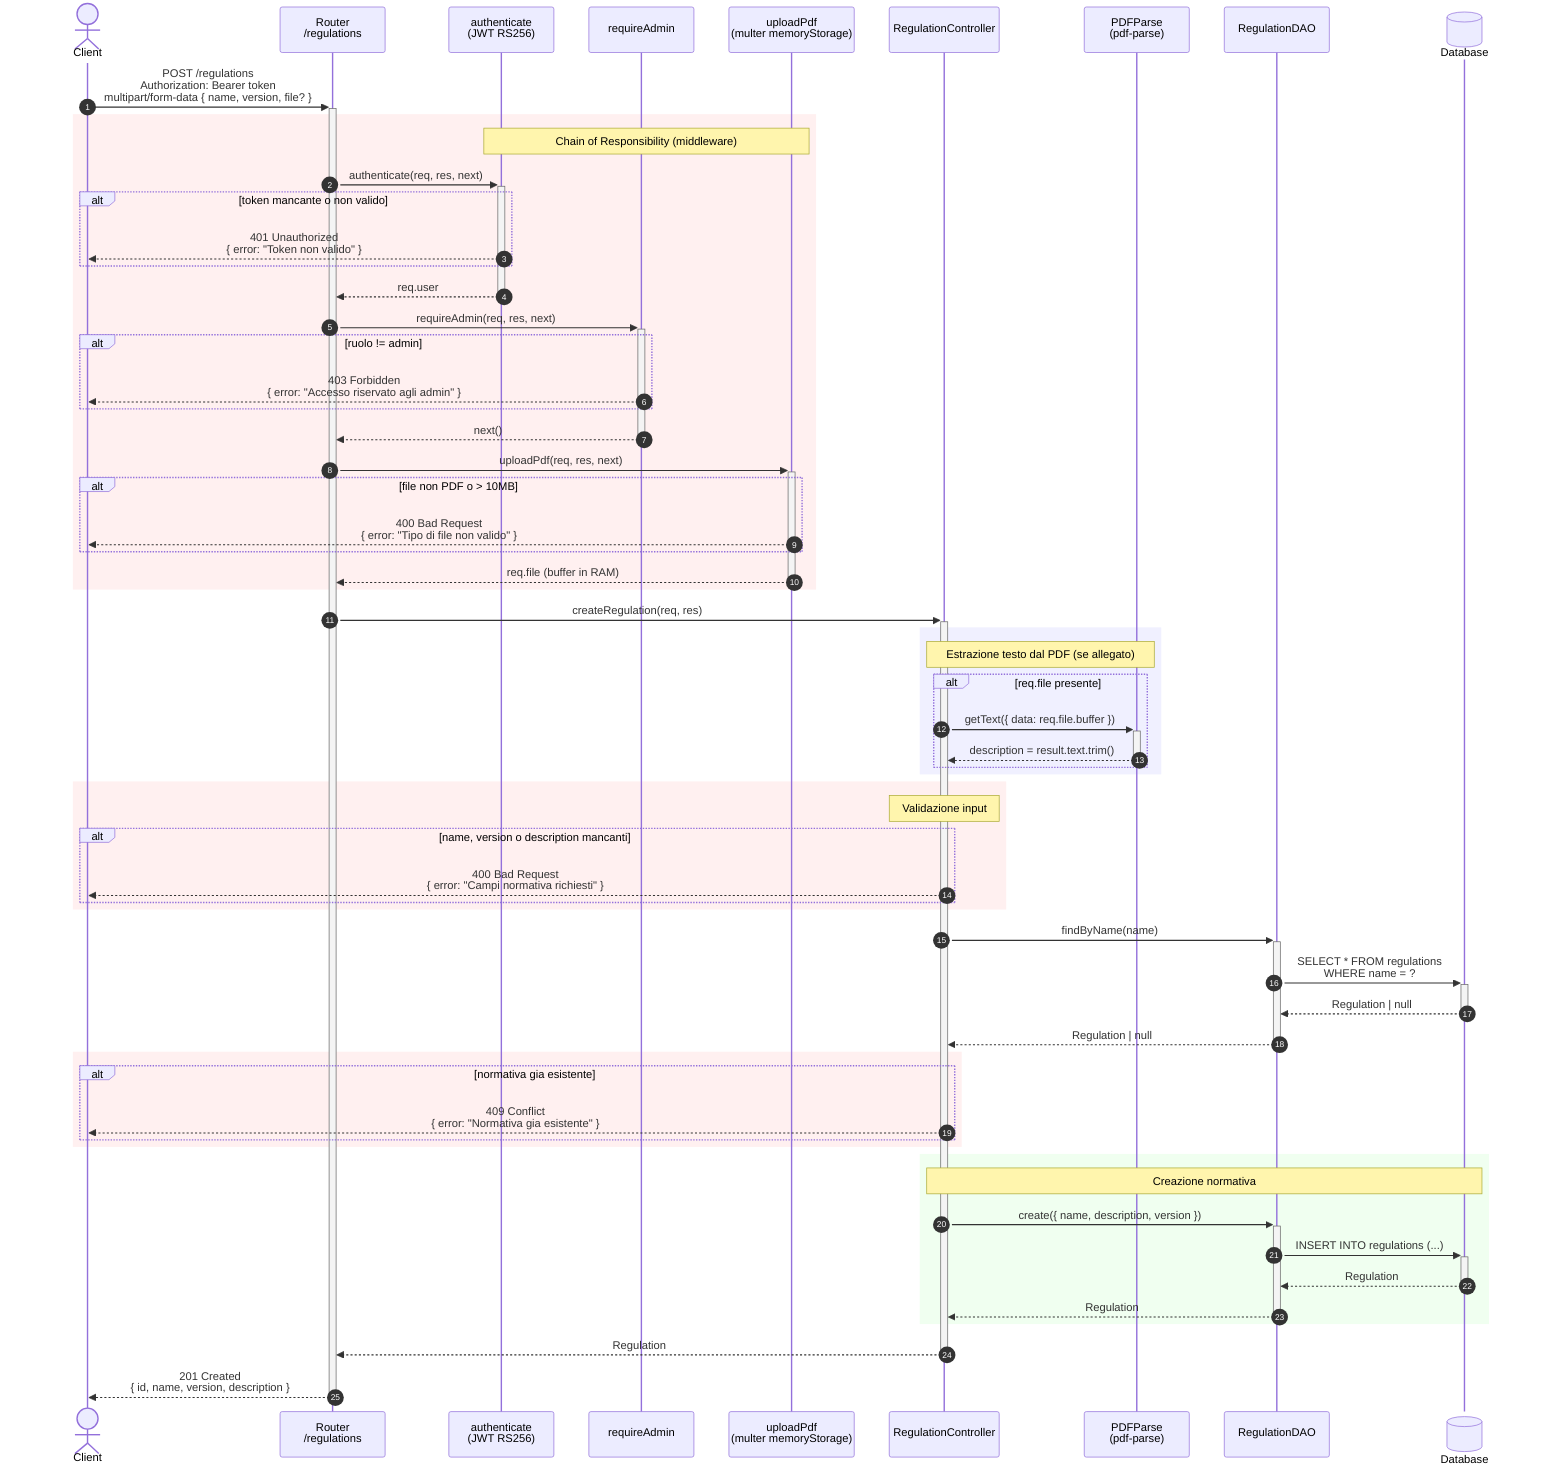
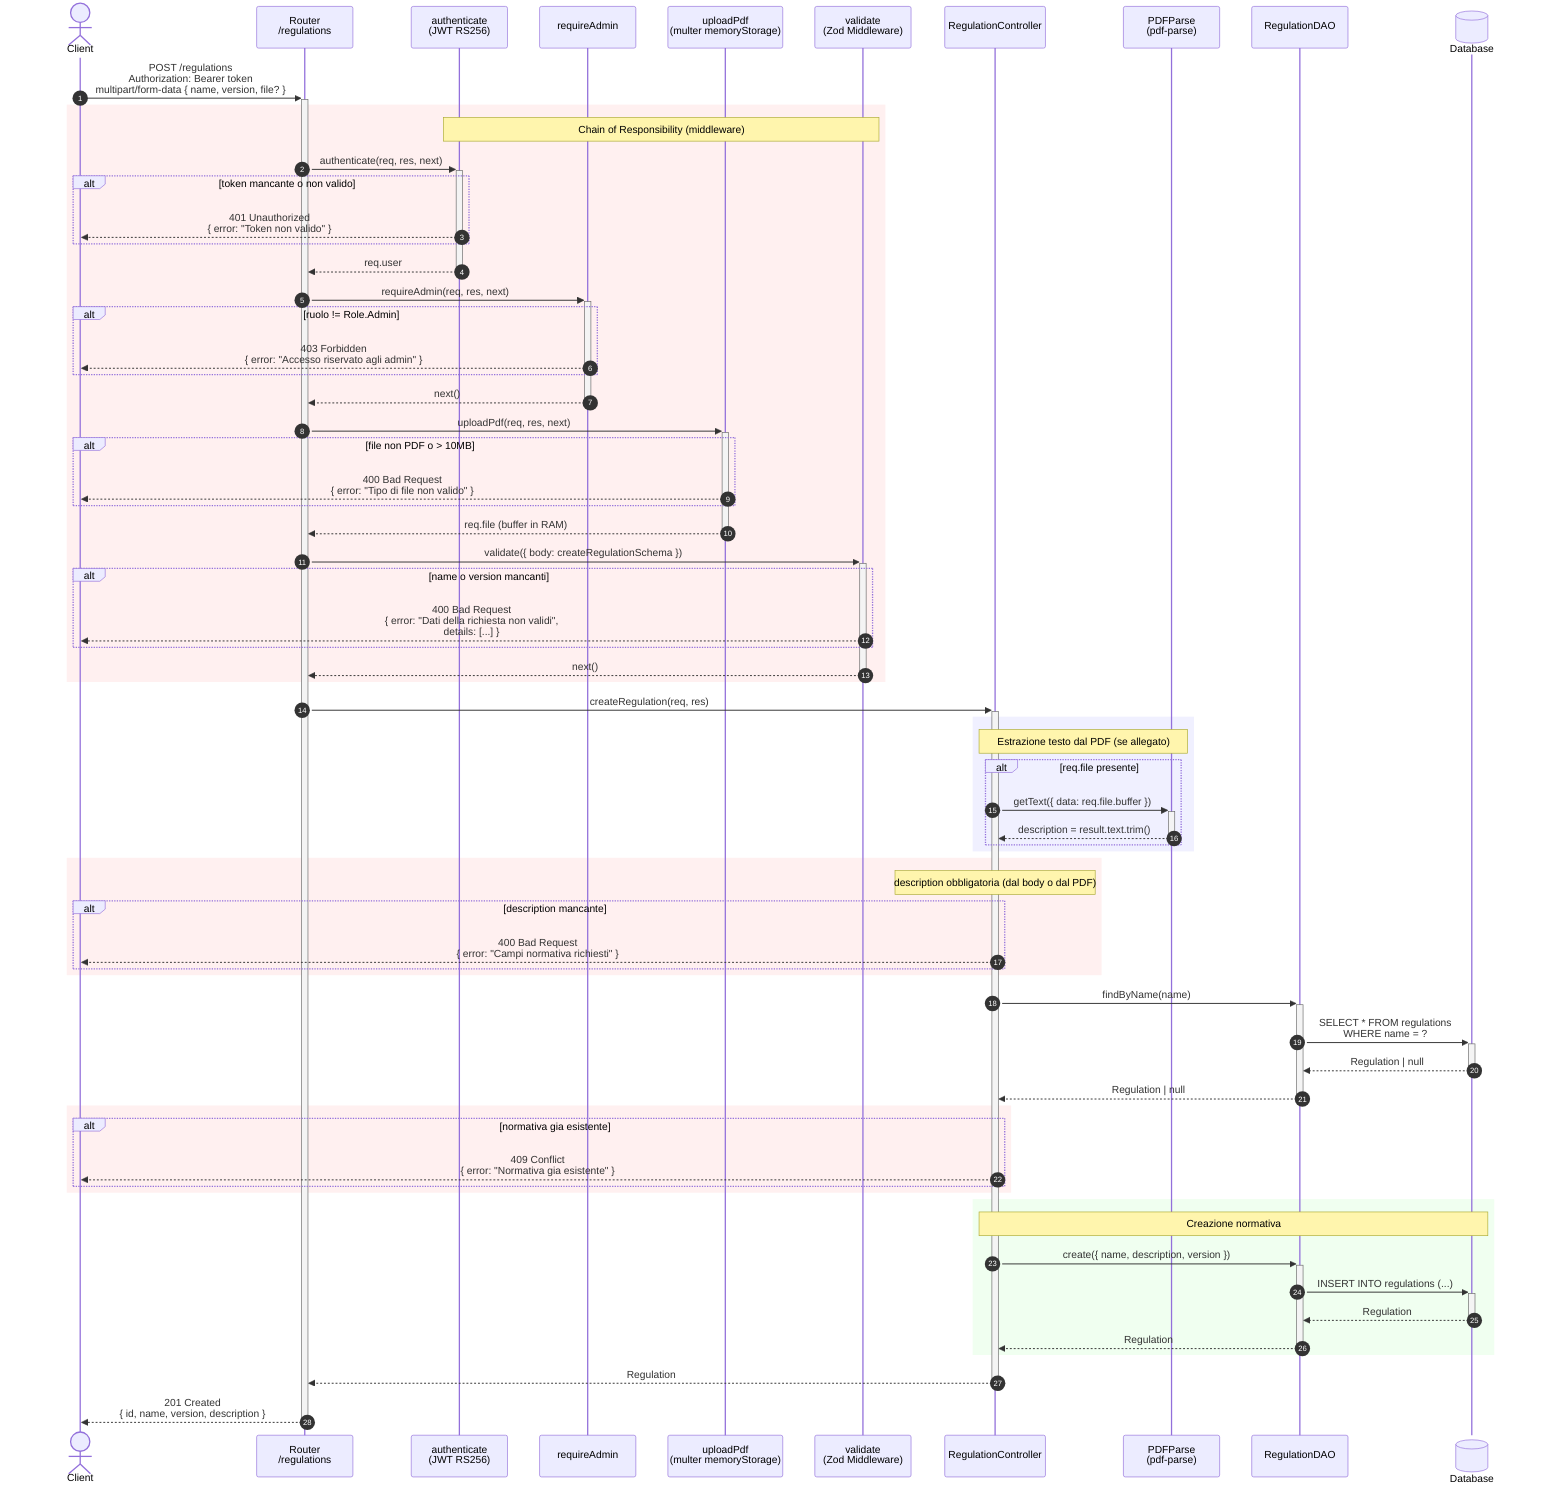
sequenceDiagram
    autonumber
    actor Client
    participant Router as Router<br/>/regulations
    participant Auth as authenticate<br/>(JWT RS256)
    participant Role as requireAdmin
    participant Upload as uploadPdf<br/>(multer memoryStorage)
+     participant Validate as validate<br/>(Zod Middleware)
    participant Controller as RegulationController
    participant PDF as PDFParse<br/>(pdf-parse)
    participant DAO as RegulationDAO
    participant DB@{ "type": "database" } as Database

    Client->>+Router: POST /regulations<br/>Authorization: Bearer token<br/>multipart/form-data { name, version, file? }

    rect rgb(255, 240, 240)
-         note over Auth,Upload: Chain of Responsibility (middleware)
+         note over Auth,Validate: Chain of Responsibility (middleware)
        Router->>+Auth: authenticate(req, res, next)
        alt token mancante o non valido
            Auth-->>Client: 401 Unauthorized<br/>{ error: "Token non valido" }
        end
        Auth-->>-Router: req.user

        Router->>+Role: requireAdmin(req, res, next)
-         alt ruolo != admin
+         alt ruolo != Role.Admin
            Role-->>Client: 403 Forbidden<br/>{ error: "Accesso riservato agli admin" }
        end
        Role-->>-Router: next()

        Router->>+Upload: uploadPdf(req, res, next)
        alt file non PDF o > 10MB
            Upload-->>Client: 400 Bad Request<br/>{ error: "Tipo di file non valido" }
        end
        Upload-->>-Router: req.file (buffer in RAM)
+ 
+         Router->>+Validate: validate({ body: createRegulationSchema })
+         alt name o version mancanti
+             Validate-->>Client: 400 Bad Request<br/>{ error: "Dati della richiesta non validi",<br/>details: [...] }
+         end
+         Validate-->>-Router: next()
    end

    Router->>+Controller: createRegulation(req, res)

    rect rgb(240, 240, 255)
        note over Controller,PDF: Estrazione testo dal PDF (se allegato)
        alt req.file presente
            Controller->>+PDF: getText({ data: req.file.buffer })
            PDF-->>-Controller: description = result.text.trim()
        end
    end

    rect rgb(255, 240, 240)
-         note over Controller: Validazione input
-         alt name, version o description mancanti
+         note over Controller: description obbligatoria (dal body o dal PDF)
+         alt description mancante
            Controller-->>Client: 400 Bad Request<br/>{ error: "Campi normativa richiesti" }
        end
    end

    Controller->>+DAO: findByName(name)
    DAO->>+DB: SELECT * FROM regulations<br/>WHERE name = ?
    DB-->>-DAO: Regulation | null
    DAO-->>-Controller: Regulation | null

    rect rgb(255, 240, 240)
        alt normativa gia esistente
            Controller-->>Client: 409 Conflict<br/>{ error: "Normativa gia esistente" }
        end
    end

    rect rgb(240, 255, 240)
        note over Controller,DB: Creazione normativa
        Controller->>+DAO: create({ name, description, version })
        DAO->>+DB: INSERT INTO regulations (...)
        DB-->>-DAO: Regulation
        DAO-->>-Controller: Regulation
    end

    Controller-->>-Router: Regulation
    Router-->>-Client: 201 Created<br/>{ id, name, version, description }
